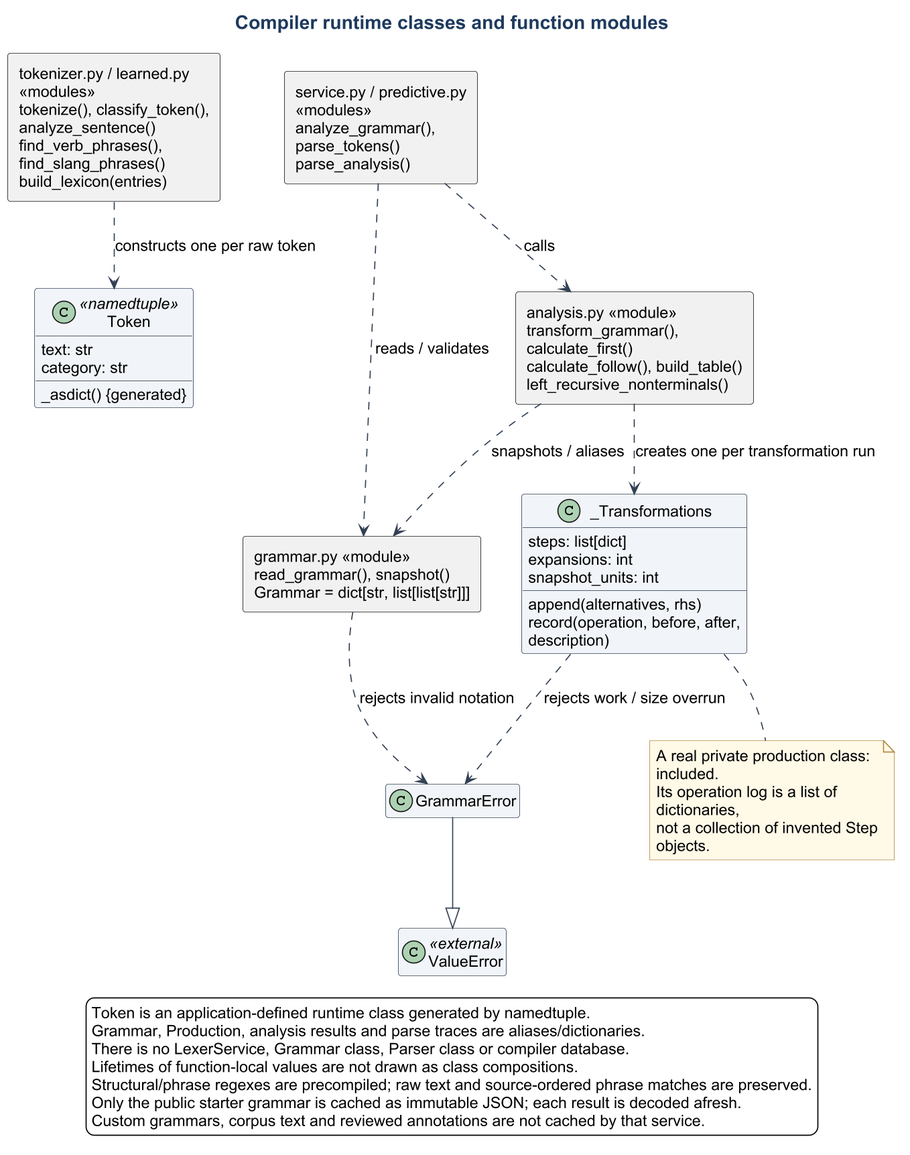
Before: docs/diagrams/class-compiler.png, a diagram exported from PlantUML (Suraku237/francanglaiscompiler).
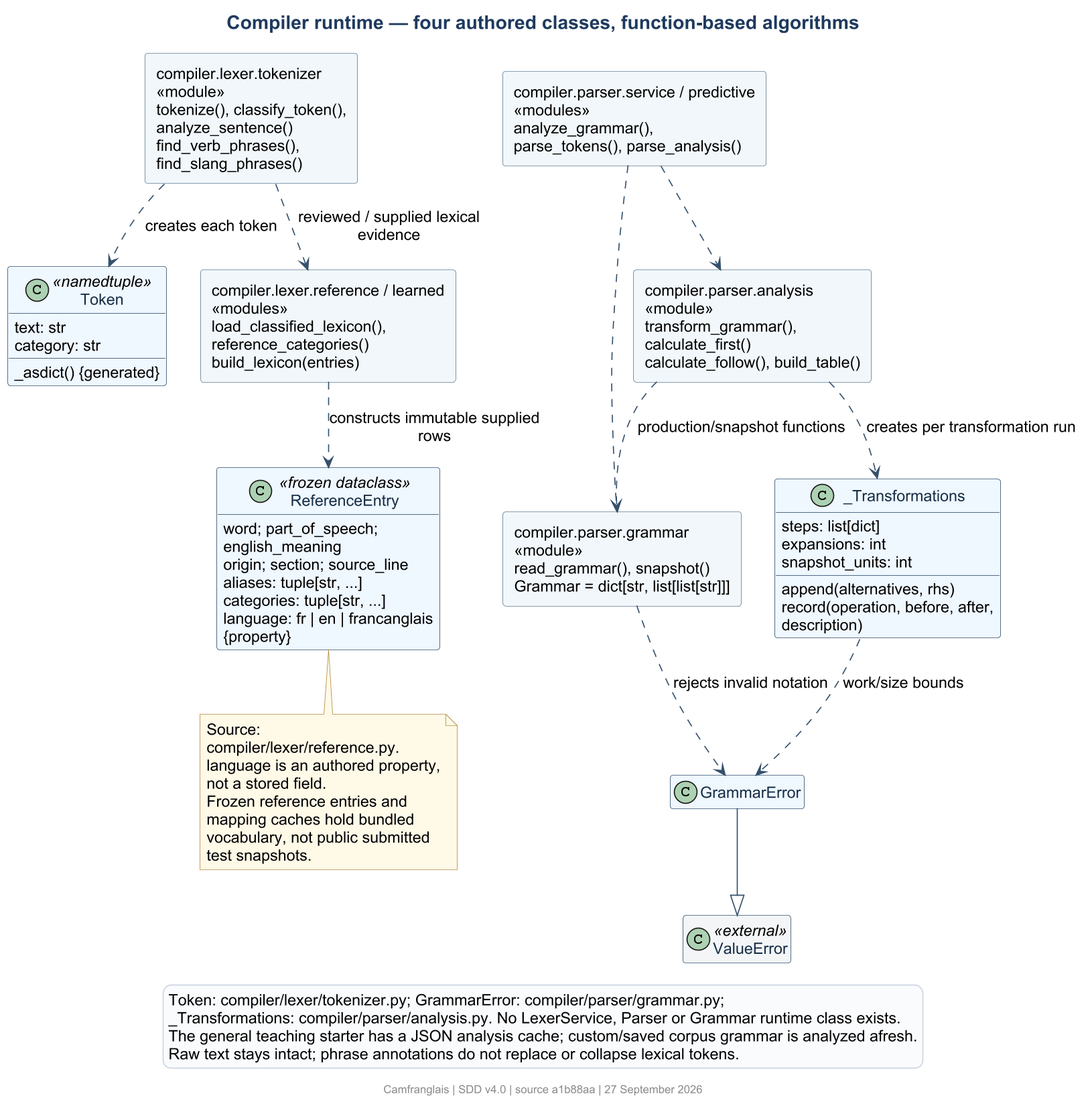
The same diagram one commit later.

Diff of the diagram source:
```diff
@@ -1,12 +1,19 @@
 @startuml
 !include theme.iuml
 allowmixing
-title Compiler runtime classes and function modules
+title Compiler runtime — four authored classes, function-based algorithms
 hide empty members
 class Token <<namedtuple>> {
   text: str
   category: str
   _asdict() {generated}
+}
+class ReferenceEntry <<frozen dataclass>> {
+  word; part_of_speech; english_meaning
+  origin; section; source_line
+  aliases: tuple[str, ...]
+  categories: tuple[str, ...]
+  language: fr | en | francanglais {property}
 }
 class GrammarError
 class ValueError <<external>>
@@ -17,30 +24,31 @@
   append(alternatives, rhs)
   record(operation, before, after, description)
 }
-rectangle "tokenizer.py / learned.py <<modules>>\ntokenize(), classify_token(), analyze_sentence()\nfind_verb_phrases(), find_slang_phrases()\nbuild_lexicon(entries)" as Lexer
-rectangle "grammar.py <<module>>\nread_grammar(), snapshot()\nGrammar = dict[str, list[list[str]]]" as Grammar
-rectangle "analysis.py <<module>>\ntransform_grammar(), calculate_first()\ncalculate_follow(), build_table()\nleft_recursive_nonterminals()" as Analysis
-rectangle "service.py / predictive.py <<modules>>\nanalyze_grammar(), parse_tokens()\nparse_analysis()" as Parser
-Lexer ..> Token : constructs one per raw token
+rectangle "compiler.lexer.tokenizer\n<<module>>\ntokenize(), classify_token(), analyze_sentence()\nfind_verb_phrases(), find_slang_phrases()" as Lexer
+rectangle "compiler.lexer.reference / learned\n<<modules>>\nload_classified_lexicon(), reference_categories()\nbuild_lexicon(entries)" as Vocabulary
+rectangle "compiler.parser.grammar\n<<module>>\nread_grammar(), snapshot()\nGrammar = dict[str, list[list[str]]]" as Grammar
+rectangle "compiler.parser.analysis\n<<module>>\ntransform_grammar(), calculate_first()\ncalculate_follow(), build_table()" as Analysis
+rectangle "compiler.parser.service / predictive\n<<modules>>\nanalyze_grammar(), parse_tokens(), parse_analysis()" as Parser
+Lexer ..> Token : creates each token
+Lexer ..> Vocabulary : reviewed / supplied lexical evidence
+Vocabulary ..> ReferenceEntry : constructs immutable supplied rows
 GrammarError --|> ValueError
 Grammar ..> GrammarError : rejects invalid notation
-Analysis ..> _Transformations : creates one per transformation run
-_Transformations ..> GrammarError : rejects work / size overrun
-Analysis ..> Grammar : snapshots / aliases
-Parser ..> Analysis : calls
-Parser ..> Grammar : reads / validates
-note bottom of _Transformations
-  A real private production class: included.
-  Its operation log is a list of dictionaries,
-  not a collection of invented Step objects.
+Analysis ..> _Transformations : creates per transformation run
+_Transformations ..> GrammarError : work/size bounds
+Analysis ..> Grammar : production/snapshot functions
+Parser ..> Analysis
+Parser ..> Grammar
+note bottom of ReferenceEntry
+  Source: compiler/lexer/reference.py.
+  language is an authored property, not a stored field.
+  Frozen reference entries and mapping caches hold bundled
+  vocabulary, not public submitted test snapshots.
 end note
 legend bottom
-  Token is an application-defined runtime class generated by namedtuple.
-  Grammar, Production, analysis results and parse traces are aliases/dictionaries.
-  There is no LexerService, Grammar class, Parser class or compiler database.
-  Lifetimes of function-local values are not drawn as class compositions.
-  Structural/phrase regexes are precompiled; raw text and source-ordered phrase matches are preserved.
-  Only the public starter grammar is cached as immutable JSON; each result is decoded afresh.
-  Custom grammars, corpus text and reviewed annotations are not cached by that service.
+  Token: compiler/lexer/tokenizer.py; GrammarError: compiler/parser/grammar.py;
+  _Transformations: compiler/parser/analysis.py. No LexerService, Parser or Grammar runtime class exists.
+  The general teaching starter has a JSON analysis cache; custom/saved corpus grammar is analyzed afresh.
+  Raw text stays intact; phrase annotations do not replace or collapse lexical tokens.
 endlegend
 @enduml
```
